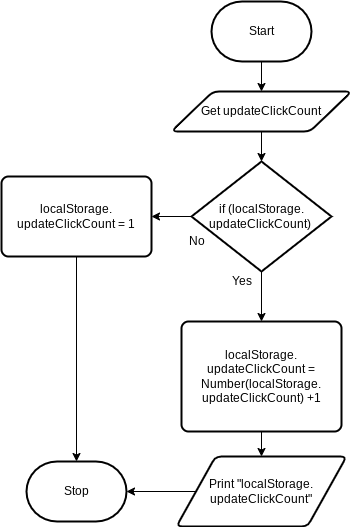
Earlier version of the draw.io export design/flowchart.png (marshall-demars/ICS20-Unit6-02-HTML). Source tidied: cells renumbered, new cells last; positions are measured from the earlier drawing's top-left corner, leaving out a move shared by most shapes. Its diagram source:
```xml
<mxGraphModel>
  <root>
    <mxCell id="0" />
    <mxCell id="1" parent="0" />
    <mxCell id="2" style="edgeStyle=none;html=1;entryX=0.5;entryY=0;entryDx=0;entryDy=0;" parent="1" edge="1" source="3" target="5">
      <mxGeometry relative="1" as="geometry" />
    </mxCell>
    <mxCell id="3" value="Start" style="strokeWidth=2;html=1;shape=mxgraph.flowchart.terminator;whiteSpace=wrap;" parent="1" vertex="1">
      <mxGeometry x="210" width="100" height="60" as="geometry" />
    </mxCell>
    <mxCell id="4" style="edgeStyle=none;html=1;" parent="1" edge="1" source="5" target="8">
      <mxGeometry relative="1" as="geometry" />
    </mxCell>
    <mxCell id="5" value="Get updateClickCount" style="shape=parallelogram;html=1;strokeWidth=2;perimeter=parallelogramPerimeter;whiteSpace=wrap;rounded=1;arcSize=12;size=0.23;" parent="1" vertex="1">
      <mxGeometry x="170" y="90" width="180" height="40" as="geometry" />
    </mxCell>
    <mxCell id="6" style="edgeStyle=none;html=1;" parent="1" edge="1" source="8" target="10">
      <mxGeometry relative="1" as="geometry" />
    </mxCell>
    <mxCell id="7" style="edgeStyle=none;html=1;entryX=1;entryY=0.5;entryDx=0;entryDy=0;" parent="1" edge="1" source="8" target="12">
      <mxGeometry relative="1" as="geometry" />
    </mxCell>
    <mxCell id="8" value="if (localStorage.&lt;br&gt;updateClickCount)&amp;nbsp;" style="strokeWidth=2;html=1;shape=mxgraph.flowchart.decision;whiteSpace=wrap;" parent="1" vertex="1">
      <mxGeometry x="190" y="160" width="140" height="110" as="geometry" />
    </mxCell>
    <mxCell id="9" style="edgeStyle=none;html=1;entryX=0.5;entryY=0;entryDx=0;entryDy=0;" parent="1" edge="1" source="10" target="17">
      <mxGeometry relative="1" as="geometry" />
    </mxCell>
    <mxCell id="10" value="localStorage.&lt;br&gt;updateClickCount = Number(localStorage.&lt;br&gt;updateClickCount) +1" style="rounded=1;whiteSpace=wrap;html=1;absoluteArcSize=1;arcSize=14;strokeWidth=2;" parent="1" vertex="1">
      <mxGeometry x="180" y="320" width="160" height="110" as="geometry" />
    </mxCell>
    <mxCell id="11" style="edgeStyle=none;html=1;entryX=0.5;entryY=0;entryDx=0;entryDy=0;entryPerimeter=0;" parent="1" edge="1" source="12" target="15">
      <mxGeometry relative="1" as="geometry" />
    </mxCell>
    <mxCell id="12" value="localStorage.&lt;br&gt;updateClickCount = 1" style="rounded=1;whiteSpace=wrap;html=1;absoluteArcSize=1;arcSize=14;strokeWidth=2;" parent="1" vertex="1">
      <mxGeometry y="175" width="150" height="80" as="geometry" />
    </mxCell>
    <mxCell id="13" value="No" style="text;html=1;align=center;verticalAlign=middle;strokeColor=none;fillColor=none;" parent="1" vertex="1">
      <mxGeometry x="180" y="230" width="30" height="20" as="geometry" />
    </mxCell>
    <mxCell id="14" value="Yes" style="text;html=1;align=center;verticalAlign=middle;strokeColor=none;fillColor=none;" parent="1" vertex="1">
      <mxGeometry x="220" y="270" width="40" height="20" as="geometry" />
    </mxCell>
    <mxCell id="15" value="Stop" style="strokeWidth=2;html=1;shape=mxgraph.flowchart.terminator;whiteSpace=wrap;" parent="1" vertex="1">
      <mxGeometry x="25" y="460" width="100" height="60" as="geometry" />
    </mxCell>
    <mxCell id="16" style="edgeStyle=none;html=1;entryX=1;entryY=0.5;entryDx=0;entryDy=0;entryPerimeter=0;" parent="1" edge="1" source="17" target="15">
      <mxGeometry relative="1" as="geometry" />
    </mxCell>
    <mxCell id="17" value="Print &quot;localStorage.&lt;br&gt;updateClickCount&quot;" style="shape=parallelogram;html=1;strokeWidth=2;perimeter=parallelogramPerimeter;whiteSpace=wrap;rounded=1;arcSize=12;size=0.23;" parent="1" vertex="1">
      <mxGeometry x="175" y="455" width="170" height="70" as="geometry" />
    </mxCell>
  </root>
</mxGraphModel>
```
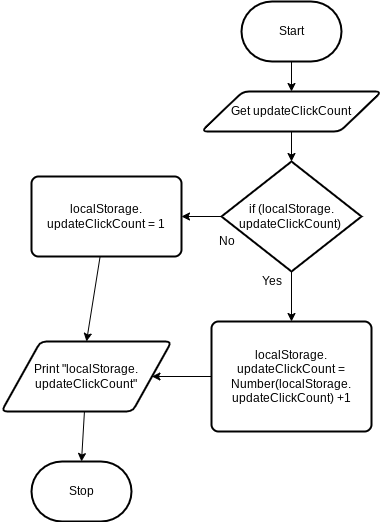
After the change.

Change to the diagram source:
```diff
@@ -23,15 +23,15 @@
     <mxCell id="8" value="if (localStorage.&lt;br&gt;updateClickCount)&amp;nbsp;" style="strokeWidth=2;html=1;shape=mxgraph.flowchart.decision;whiteSpace=wrap;" parent="1" vertex="1">
       <mxGeometry x="190" y="160" width="140" height="110" as="geometry" />
     </mxCell>
-    <mxCell id="9" style="edgeStyle=none;html=1;entryX=0.5;entryY=0;entryDx=0;entryDy=0;" parent="1" edge="1" source="10" target="17">
-      <mxGeometry relative="1" as="geometry" />
-    </mxCell>
+    <mxCell id="16" style="edgeStyle=none;html=1;entryX=1;entryY=0.5;entryDx=0;entryDy=0;" parent="1" edge="1" source="10" target="17">
+      <mxGeometry relative="1" as="geometry" />
+    </mxCell>
     <mxCell id="10" value="localStorage.&lt;br&gt;updateClickCount = Number(localStorage.&lt;br&gt;updateClickCount) +1" style="rounded=1;whiteSpace=wrap;html=1;absoluteArcSize=1;arcSize=14;strokeWidth=2;" parent="1" vertex="1">
       <mxGeometry x="180" y="320" width="160" height="110" as="geometry" />
     </mxCell>
-    <mxCell id="11" style="edgeStyle=none;html=1;entryX=0.5;entryY=0;entryDx=0;entryDy=0;entryPerimeter=0;" parent="1" edge="1" source="12" target="15">
-      <mxGeometry relative="1" as="geometry" />
-    </mxCell>
+    <mxCell id="18" style="edgeStyle=none;html=1;entryX=0.5;entryY=0;entryDx=0;entryDy=0;" parent="1" edge="1" source="12" target="17">
+      <mxGeometry relative="1" as="geometry" />
+    </mxCell>
     <mxCell id="12" value="localStorage.&lt;br&gt;updateClickCount = 1" style="rounded=1;whiteSpace=wrap;html=1;absoluteArcSize=1;arcSize=14;strokeWidth=2;" parent="1" vertex="1">
       <mxGeometry y="175" width="150" height="80" as="geometry" />
     </mxCell>
@@ -42,13 +42,13 @@
       <mxGeometry x="220" y="270" width="40" height="20" as="geometry" />
     </mxCell>
     <mxCell id="15" value="Stop" style="strokeWidth=2;html=1;shape=mxgraph.flowchart.terminator;whiteSpace=wrap;" parent="1" vertex="1">
-      <mxGeometry x="25" y="460" width="100" height="60" as="geometry" />
+      <mxGeometry y="460" width="100" height="60" as="geometry" />
     </mxCell>
-    <mxCell id="16" style="edgeStyle=none;html=1;entryX=1;entryY=0.5;entryDx=0;entryDy=0;entryPerimeter=0;" parent="1" edge="1" source="17" target="15">
-      <mxGeometry relative="1" as="geometry" />
-    </mxCell>
+    <mxCell id="19" style="edgeStyle=none;html=1;entryX=0.5;entryY=0;entryDx=0;entryDy=0;entryPerimeter=0;" parent="1" edge="1" source="17" target="15">
+      <mxGeometry relative="1" as="geometry" />
+    </mxCell>
     <mxCell id="17" value="Print &quot;localStorage.&lt;br&gt;updateClickCount&quot;" style="shape=parallelogram;html=1;strokeWidth=2;perimeter=parallelogramPerimeter;whiteSpace=wrap;rounded=1;arcSize=12;size=0.23;" parent="1" vertex="1">
-      <mxGeometry x="175" y="455" width="170" height="70" as="geometry" />
+      <mxGeometry x="-30" y="340" width="170" height="70" as="geometry" />
     </mxCell>
   </root>
 </mxGraphModel>
```
